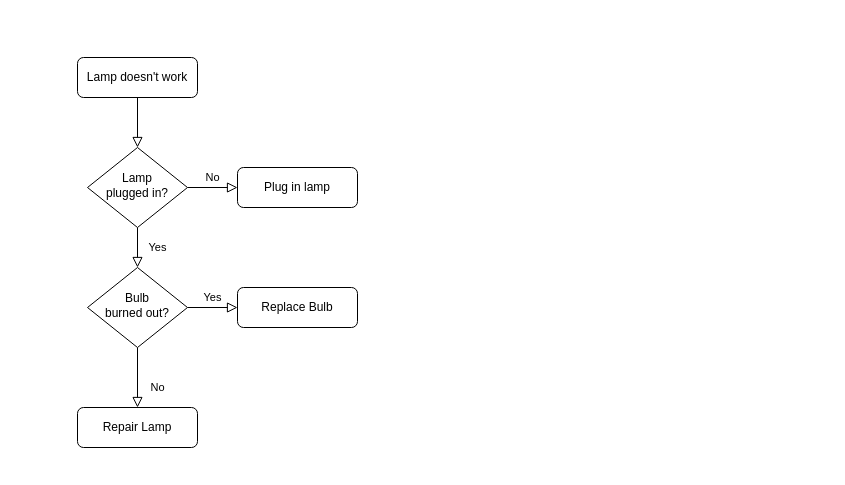
Earlier version of the draw.io diagram 东庄信息化项目-统一权限管理3.drawio (sun-beijixing/drawio). Source tidied: cells renumbered, new cells numbered last; positions are measured from the earlier drawing's top-left corner, leaving out a move shared by most shapes. Both pictures are drawn from the tidied source at 100%, with x=0, y=0 at pixel (77, 57).
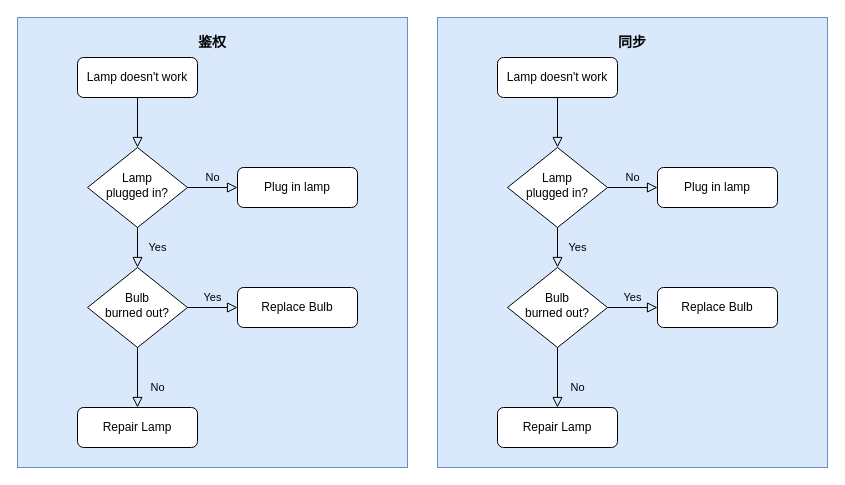
The same diagram, later.

Commit message:
更新东庄信息化项目-统一权限管理3.drawio

Change to the diagram source:
```diff
@@
+    <mxCell id="13" style="rounded=0;whiteSpace=wrap;html=1;fillColor=#dae8fc;strokeColor=#6c8ebf;" parent="1" vertex="1">
+      <mxGeometry x="-60" y="-40" width="390" height="450" as="geometry" />
+    </mxCell>
@@
+    <mxCell id="14" value="&lt;b&gt;&lt;font style=&quot;font-size: 14px;&quot;&gt;鉴权&lt;/font&gt;&lt;/b&gt;" style="text;html=1;strokeColor=none;fillColor=none;align=center;verticalAlign=middle;whiteSpace=wrap;rounded=0;" parent="1" vertex="1">
+      <mxGeometry x="105" y="-30" width="60" height="30" as="geometry" />
+    </mxCell>
+    <mxCell id="15" style="rounded=0;whiteSpace=wrap;html=1;fillColor=#dae8fc;strokeColor=#6c8ebf;" parent="1" vertex="1">
+      <mxGeometry x="360" y="-40" width="390" height="450" as="geometry" />
+    </mxCell>
+    <mxCell id="16" style="rounded=0;html=1;jettySize=auto;fontSize=11;endArrow=block;endFill=0;endSize=8;strokeWidth=1;shadow=0;labelBackgroundColor=none;edgeStyle=orthogonalEdgeStyle;" parent="1" edge="1" source="17" target="20">
+      <mxGeometry relative="1" as="geometry" />
+    </mxCell>
+    <mxCell id="17" value="Lamp doesn't work" style="rounded=1;whiteSpace=wrap;html=1;fontSize=12;glass=0;strokeWidth=1;shadow=0;" parent="1" vertex="1">
+      <mxGeometry x="420" width="120" height="40" as="geometry" />
+    </mxCell>
+    <mxCell id="18" value="Yes" style="rounded=0;html=1;jettySize=auto;fontSize=11;endArrow=block;endFill=0;endSize=8;strokeWidth=1;shadow=0;labelBackgroundColor=none;edgeStyle=orthogonalEdgeStyle;" parent="1" edge="1" source="20" target="24">
+      <mxGeometry y="20" relative="1" as="geometry" />
+    </mxCell>
+    <mxCell id="19" value="No" style="edgeStyle=orthogonalEdgeStyle;rounded=0;html=1;jettySize=auto;fontSize=11;endArrow=block;endFill=0;endSize=8;strokeWidth=1;shadow=0;labelBackgroundColor=none;" parent="1" edge="1" source="20" target="21">
+      <mxGeometry y="10" relative="1" as="geometry" />
+    </mxCell>
+    <mxCell id="20" value="Lamp&lt;br&gt;plugged in?" style="rhombus;whiteSpace=wrap;html=1;shadow=0;fontFamily=Helvetica;fontSize=12;align=center;strokeWidth=1;spacing=6;spacingTop=-4;" parent="1" vertex="1">
+      <mxGeometry x="430" y="90" width="100" height="80" as="geometry" />
+    </mxCell>
+    <mxCell id="21" value="Plug in lamp" style="rounded=1;whiteSpace=wrap;html=1;fontSize=12;glass=0;strokeWidth=1;shadow=0;" parent="1" vertex="1">
+      <mxGeometry x="580" y="110" width="120" height="40" as="geometry" />
+    </mxCell>
+    <mxCell id="22" value="No" style="rounded=0;html=1;jettySize=auto;fontSize=11;endArrow=block;endFill=0;endSize=8;strokeWidth=1;shadow=0;labelBackgroundColor=none;edgeStyle=orthogonalEdgeStyle;" parent="1" edge="1" source="24" target="25">
+      <mxGeometry x="0.33" y="20" relative="1" as="geometry" />
+    </mxCell>
+    <mxCell id="23" value="Yes" style="edgeStyle=orthogonalEdgeStyle;rounded=0;html=1;jettySize=auto;fontSize=11;endArrow=block;endFill=0;endSize=8;strokeWidth=1;shadow=0;labelBackgroundColor=none;" parent="1" edge="1" source="24" target="26">
+      <mxGeometry y="10" relative="1" as="geometry" />
+    </mxCell>
+    <mxCell id="24" value="Bulb&lt;br&gt;burned out?" style="rhombus;whiteSpace=wrap;html=1;shadow=0;fontFamily=Helvetica;fontSize=12;align=center;strokeWidth=1;spacing=6;spacingTop=-4;" parent="1" vertex="1">
+      <mxGeometry x="430" y="210" width="100" height="80" as="geometry" />
+    </mxCell>
+    <mxCell id="25" value="Repair Lamp" style="rounded=1;whiteSpace=wrap;html=1;fontSize=12;glass=0;strokeWidth=1;shadow=0;" parent="1" vertex="1">
+      <mxGeometry x="420" y="350" width="120" height="40" as="geometry" />
+    </mxCell>
+    <mxCell id="26" value="Replace Bulb" style="rounded=1;whiteSpace=wrap;html=1;fontSize=12;glass=0;strokeWidth=1;shadow=0;" parent="1" vertex="1">
+      <mxGeometry x="580" y="230" width="120" height="40" as="geometry" />
+    </mxCell>
+    <mxCell id="27" value="&lt;span style=&quot;font-size: 14px;&quot;&gt;&lt;b&gt;同步&lt;/b&gt;&lt;/span&gt;" style="text;html=1;strokeColor=none;fillColor=none;align=center;verticalAlign=middle;whiteSpace=wrap;rounded=0;" parent="1" vertex="1">
+      <mxGeometry x="525" y="-30" width="60" height="30" as="geometry" />
+    </mxCell>
```
